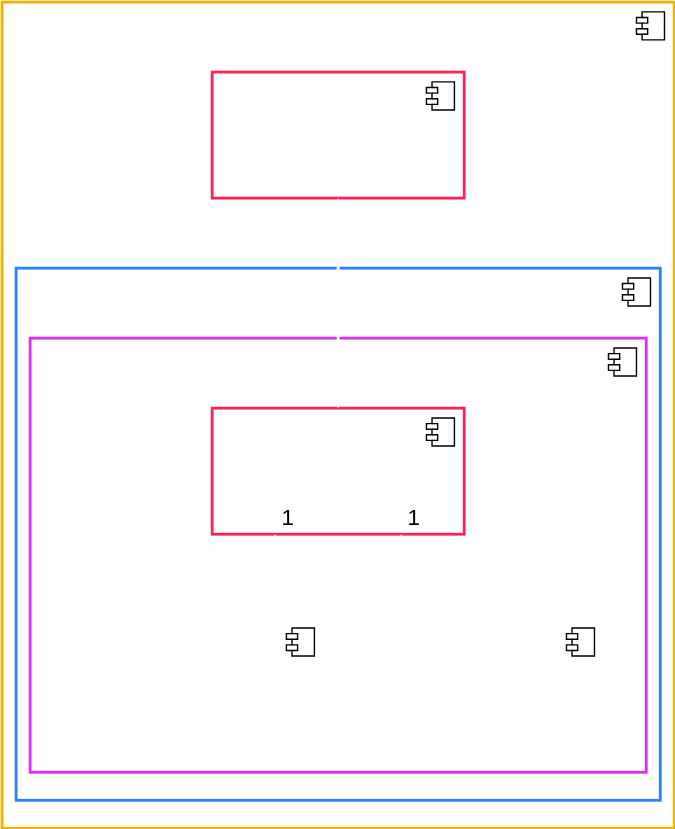
The draw.io diagram DATA_STREET/server_sftp-docker.svg in TrulyDigital/project-documentation, before a commit. Source tidied: cells renumbered, new cells last; positions are measured from the earlier drawing's top-left corner, leaving out a move shared by most shapes. Source of this version:
```xml
<mxGraphModel>
  <root>
    <mxCell id="0" />
    <mxCell id="1" value="Diagram" parent="0" />
    <mxCell id="2" value="&lt;font style=&quot;color: rgb(255, 255, 255);&quot;&gt;«Ubuntu»&lt;br&gt;&lt;b&gt;Server&lt;/b&gt;&lt;/font&gt;" style="html=1;whiteSpace=wrap;fontSize=16;fontFamily=Helvetica;verticalAlign=top;fillColor=none;strokeColor=#F0B100;strokeWidth=2;" parent="1" vertex="1">
      <mxGeometry width="480" height="590" as="geometry" />
    </mxCell>
    <mxCell id="3" style="shape=module;jettyWidth=8;jettyHeight=4;fontFamily=Helvetica;fontSize=16;" parent="2" vertex="1">
      <mxGeometry x="1" width="20" height="20" relative="1" as="geometry">
        <mxPoint x="-27" y="7" as="offset" />
      </mxGeometry>
    </mxCell>
    <mxCell id="4" value="&lt;font style=&quot;color: rgb(255, 255, 255);&quot;&gt;«Folder»&lt;br&gt;&lt;b&gt;Operating System&lt;/b&gt;&lt;/font&gt;" style="html=1;whiteSpace=wrap;fontSize=16;fontFamily=Helvetica;fillColor=none;strokeColor=#FF2056;strokeWidth=2;" parent="1" vertex="1">
      <mxGeometry x="150" y="50" width="180" height="90" as="geometry" />
    </mxCell>
    <mxCell id="5" style="shape=module;jettyWidth=8;jettyHeight=4;fontFamily=Helvetica;fontSize=16;" parent="4" vertex="1">
      <mxGeometry x="1" width="20" height="20" relative="1" as="geometry">
        <mxPoint x="-27" y="7" as="offset" />
      </mxGeometry>
    </mxCell>
    <mxCell id="6" value="&lt;span&gt;&amp;nbsp;&lt;font&gt;«Container»&lt;br&gt;&lt;b&gt;&amp;nbsp;Docker&lt;/b&gt;&lt;/font&gt;&lt;/span&gt;" style="html=1;whiteSpace=wrap;verticalAlign=top;align=left;fontSize=16;fontFamily=Helvetica;fillColor=none;strokeColor=#2B7FFF;strokeWidth=2;fontColor=#FFFFFF;labelBackgroundColor=none;" parent="1" vertex="1">
      <mxGeometry x="10" y="190" width="460" height="380" as="geometry" />
    </mxCell>
    <mxCell id="7" style="shape=module;jettyWidth=8;jettyHeight=4;fontFamily=Helvetica;fontSize=16;" parent="6" vertex="1">
      <mxGeometry x="1" width="20" height="20" relative="1" as="geometry">
        <mxPoint x="-27" y="7" as="offset" />
      </mxGeometry>
    </mxCell>
    <mxCell id="8" value="&amp;nbsp;&lt;font style=&quot;color: rgb(255, 255, 255);&quot;&gt;«SFTP»&lt;br&gt;&lt;b&gt;&amp;nbsp;Linux Server&lt;/b&gt;&lt;/font&gt;" style="html=1;whiteSpace=wrap;verticalAlign=top;align=left;fillColor=none;strokeColor=#E12AFB;fontSize=16;fontFamily=Helvetica;strokeWidth=2;" parent="1" vertex="1">
      <mxGeometry x="20" y="240" width="440" height="310" as="geometry" />
    </mxCell>
    <mxCell id="9" style="shape=module;jettyWidth=8;jettyHeight=4;fontFamily=Helvetica;fontSize=16;" parent="8" vertex="1">
      <mxGeometry x="1" width="20" height="20" relative="1" as="geometry">
        <mxPoint x="-27" y="7" as="offset" />
      </mxGeometry>
    </mxCell>
    <mxCell id="10" value="&lt;font style=&quot;color: rgb(255, 255, 255);&quot;&gt;«Folder»&lt;br&gt;&lt;b&gt;SFTP Server&lt;/b&gt;&lt;/font&gt;" style="html=1;whiteSpace=wrap;fontSize=16;fontFamily=Helvetica;fillColor=none;strokeColor=#FF2056;strokeWidth=2;" parent="1" vertex="1">
      <mxGeometry x="150" y="290" width="180" height="90" as="geometry" />
    </mxCell>
    <mxCell id="11" style="shape=module;jettyWidth=8;jettyHeight=4;fontFamily=Helvetica;fontSize=16;" parent="10" vertex="1">
      <mxGeometry x="1" width="20" height="20" relative="1" as="geometry">
        <mxPoint x="-27" y="7" as="offset" />
      </mxGeometry>
    </mxCell>
    <mxCell id="12" value="&lt;font style=&quot;color: rgb(255, 255, 255);&quot;&gt;«Folder»&lt;br&gt;&lt;b&gt;yahoo_finance&lt;/b&gt;&lt;/font&gt;" style="html=1;whiteSpace=wrap;fontSize=16;fontFamily=Helvetica;strokeWidth=2;strokeColor=#FFFFFF;fillColor=none;" parent="1" vertex="1">
      <mxGeometry x="50" y="440" width="180" height="90" as="geometry" />
    </mxCell>
    <mxCell id="13" style="shape=module;jettyWidth=8;jettyHeight=4;fontFamily=Helvetica;fontSize=16;" parent="12" vertex="1">
      <mxGeometry x="1" width="20" height="20" relative="1" as="geometry">
        <mxPoint x="-27" y="7" as="offset" />
      </mxGeometry>
    </mxCell>
    <mxCell id="14" value="&lt;font style=&quot;color: rgb(255, 255, 255);&quot;&gt;«Folder»&lt;br&gt;&lt;b&gt;other folders&lt;/b&gt;&lt;/font&gt;" style="html=1;whiteSpace=wrap;fontSize=16;fontFamily=Helvetica;strokeWidth=2;strokeColor=#FFFFFF;fillColor=none;" parent="1" vertex="1">
      <mxGeometry x="250" y="440" width="180" height="90" as="geometry" />
    </mxCell>
    <mxCell id="15" style="shape=module;jettyWidth=8;jettyHeight=4;fontFamily=Helvetica;fontSize=16;" parent="14" vertex="1">
      <mxGeometry x="1" width="20" height="20" relative="1" as="geometry">
        <mxPoint x="-27" y="7" as="offset" />
      </mxGeometry>
    </mxCell>
    <mxCell id="16" style="endArrow=block;startArrow=block;endFill=1;startFill=1;html=1;rounded=0;entryX=0.5;entryY=0;entryDx=0;entryDy=0;strokeWidth=2;strokeColor=#FFFFFF;fontFamily=Helvetica;fontSize=16;" parent="1" edge="1" source="4" target="10">
      <mxGeometry relative="1" as="geometry" />
    </mxCell>
    <mxCell id="17" value="&lt;span&gt;&lt;font&gt;Mapped Volume&lt;/font&gt;&lt;/span&gt;" style="edgeLabel;html=1;align=center;verticalAlign=middle;fontSize=16;labelBackgroundColor=none;fontColor=#FFFFFF;fontFamily=Helvetica;" parent="16" vertex="1">
      <mxGeometry x="-0.12" y="-1" relative="1" as="geometry">
        <mxPoint x="1" y="-42" as="offset" />
      </mxGeometry>
    </mxCell>
    <mxCell id="18" value="1" style="endArrow=open;html=1;endSize=12;startArrow=diamondThin;startSize=14;startFill=1;edgeStyle=orthogonalEdgeStyle;align=left;verticalAlign=bottom;rounded=0;exitX=0.25;exitY=1;exitDx=0;exitDy=0;strokeWidth=2;strokeColor=#FFFFFF;fontFamily=Helvetica;fontSize=16;" parent="1" edge="1" source="10" target="12">
      <mxGeometry x="-1" y="3" relative="1" as="geometry" />
    </mxCell>
    <mxCell id="19" value="1" style="endArrow=open;html=1;endSize=12;startArrow=diamondThin;startSize=14;startFill=1;edgeStyle=orthogonalEdgeStyle;align=left;verticalAlign=bottom;rounded=0;exitX=0.75;exitY=1;exitDx=0;exitDy=0;entryX=0.5;entryY=0;entryDx=0;entryDy=0;strokeWidth=2;strokeColor=#FFFFFF;fontFamily=Helvetica;fontSize=16;" parent="1" edge="1" source="10" target="14">
      <mxGeometry x="-1" y="3" relative="1" as="geometry" />
    </mxCell>
  </root>
</mxGraphModel>
```
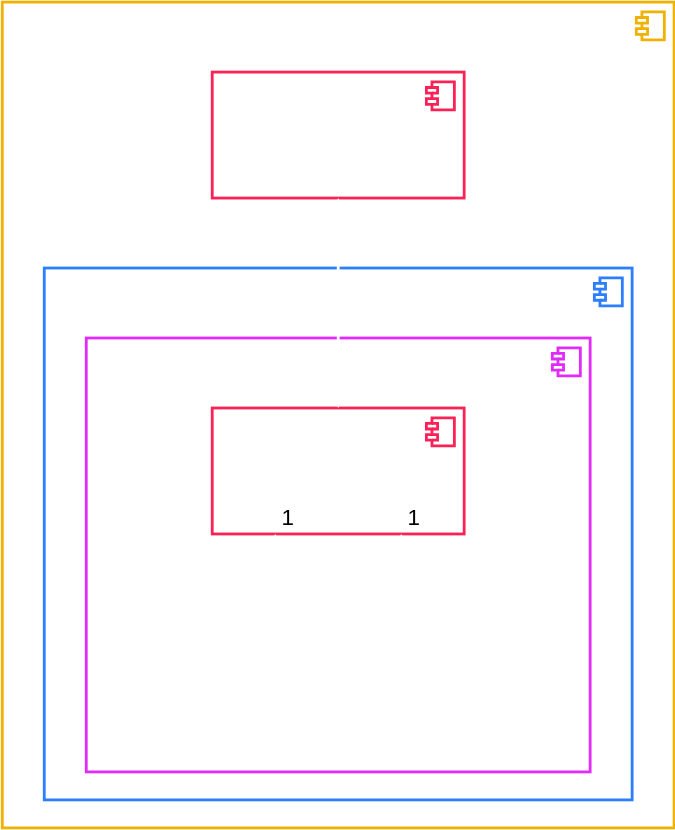
Above is the later version.

The edit, as a diff of the source:
```diff
@@ -5,7 +5,7 @@
     <mxCell id="2" value="&lt;font style=&quot;color: rgb(255, 255, 255);&quot;&gt;«Ubuntu»&lt;br&gt;&lt;b&gt;Server&lt;/b&gt;&lt;/font&gt;" style="html=1;whiteSpace=wrap;fontSize=16;fontFamily=Helvetica;verticalAlign=top;fillColor=none;strokeColor=#F0B100;strokeWidth=2;" parent="1" vertex="1">
       <mxGeometry width="480" height="590" as="geometry" />
     </mxCell>
-    <mxCell id="3" style="shape=module;jettyWidth=8;jettyHeight=4;fontFamily=Helvetica;fontSize=16;" parent="2" vertex="1">
+    <mxCell id="3" style="shape=module;jettyWidth=8;jettyHeight=4;fontFamily=Helvetica;fontSize=16;fillColor=none;strokeColor=#F0B100;strokeWidth=2;" parent="2" vertex="1">
       <mxGeometry x="1" width="20" height="20" relative="1" as="geometry">
         <mxPoint x="-27" y="7" as="offset" />
       </mxGeometry>
@@ -13,23 +13,23 @@
     <mxCell id="4" value="&lt;font style=&quot;color: rgb(255, 255, 255);&quot;&gt;«Folder»&lt;br&gt;&lt;b&gt;Operating System&lt;/b&gt;&lt;/font&gt;" style="html=1;whiteSpace=wrap;fontSize=16;fontFamily=Helvetica;fillColor=none;strokeColor=#FF2056;strokeWidth=2;" parent="1" vertex="1">
       <mxGeometry x="150" y="50" width="180" height="90" as="geometry" />
     </mxCell>
-    <mxCell id="5" style="shape=module;jettyWidth=8;jettyHeight=4;fontFamily=Helvetica;fontSize=16;" parent="4" vertex="1">
+    <mxCell id="5" style="shape=module;jettyWidth=8;jettyHeight=4;fontFamily=Helvetica;fontSize=16;fillColor=none;strokeColor=#FF2056;strokeWidth=2;" parent="4" vertex="1">
       <mxGeometry x="1" width="20" height="20" relative="1" as="geometry">
         <mxPoint x="-27" y="7" as="offset" />
       </mxGeometry>
     </mxCell>
     <mxCell id="6" value="&lt;span&gt;&amp;nbsp;&lt;font&gt;«Container»&lt;br&gt;&lt;b&gt;&amp;nbsp;Docker&lt;/b&gt;&lt;/font&gt;&lt;/span&gt;" style="html=1;whiteSpace=wrap;verticalAlign=top;align=left;fontSize=16;fontFamily=Helvetica;fillColor=none;strokeColor=#2B7FFF;strokeWidth=2;fontColor=#FFFFFF;labelBackgroundColor=none;" parent="1" vertex="1">
-      <mxGeometry x="10" y="190" width="460" height="380" as="geometry" />
+      <mxGeometry x="30" y="190" width="420" height="380" as="geometry" />
     </mxCell>
-    <mxCell id="7" style="shape=module;jettyWidth=8;jettyHeight=4;fontFamily=Helvetica;fontSize=16;" parent="6" vertex="1">
+    <mxCell id="7" style="shape=module;jettyWidth=8;jettyHeight=4;fontFamily=Helvetica;fontSize=16;fillColor=none;strokeColor=#2B7FFF;strokeWidth=2;" parent="6" vertex="1">
       <mxGeometry x="1" width="20" height="20" relative="1" as="geometry">
         <mxPoint x="-27" y="7" as="offset" />
       </mxGeometry>
     </mxCell>
     <mxCell id="8" value="&amp;nbsp;&lt;font style=&quot;color: rgb(255, 255, 255);&quot;&gt;«SFTP»&lt;br&gt;&lt;b&gt;&amp;nbsp;Linux Server&lt;/b&gt;&lt;/font&gt;" style="html=1;whiteSpace=wrap;verticalAlign=top;align=left;fillColor=none;strokeColor=#E12AFB;fontSize=16;fontFamily=Helvetica;strokeWidth=2;" parent="1" vertex="1">
-      <mxGeometry x="20" y="240" width="440" height="310" as="geometry" />
+      <mxGeometry x="60" y="240" width="360" height="310" as="geometry" />
     </mxCell>
-    <mxCell id="9" style="shape=module;jettyWidth=8;jettyHeight=4;fontFamily=Helvetica;fontSize=16;" parent="8" vertex="1">
+    <mxCell id="9" style="shape=module;jettyWidth=8;jettyHeight=4;fontFamily=Helvetica;fontSize=16;fillColor=none;strokeColor=#E12AFB;strokeWidth=2;" parent="8" vertex="1">
       <mxGeometry x="1" width="20" height="20" relative="1" as="geometry">
         <mxPoint x="-27" y="7" as="offset" />
       </mxGeometry>
@@ -37,23 +37,23 @@
     <mxCell id="10" value="&lt;font style=&quot;color: rgb(255, 255, 255);&quot;&gt;«Folder»&lt;br&gt;&lt;b&gt;SFTP Server&lt;/b&gt;&lt;/font&gt;" style="html=1;whiteSpace=wrap;fontSize=16;fontFamily=Helvetica;fillColor=none;strokeColor=#FF2056;strokeWidth=2;" parent="1" vertex="1">
       <mxGeometry x="150" y="290" width="180" height="90" as="geometry" />
     </mxCell>
-    <mxCell id="11" style="shape=module;jettyWidth=8;jettyHeight=4;fontFamily=Helvetica;fontSize=16;" parent="10" vertex="1">
+    <mxCell id="11" style="shape=module;jettyWidth=8;jettyHeight=4;fontFamily=Helvetica;fontSize=16;strokeColor=#FF2056;fillColor=none;strokeWidth=2;" parent="10" vertex="1">
       <mxGeometry x="1" width="20" height="20" relative="1" as="geometry">
         <mxPoint x="-27" y="7" as="offset" />
       </mxGeometry>
     </mxCell>
     <mxCell id="12" value="&lt;font style=&quot;color: rgb(255, 255, 255);&quot;&gt;«Folder»&lt;br&gt;&lt;b&gt;yahoo_finance&lt;/b&gt;&lt;/font&gt;" style="html=1;whiteSpace=wrap;fontSize=16;fontFamily=Helvetica;strokeWidth=2;strokeColor=#FFFFFF;fillColor=none;" parent="1" vertex="1">
-      <mxGeometry x="50" y="440" width="180" height="90" as="geometry" />
+      <mxGeometry x="90" y="440" width="140" height="90" as="geometry" />
     </mxCell>
-    <mxCell id="13" style="shape=module;jettyWidth=8;jettyHeight=4;fontFamily=Helvetica;fontSize=16;" parent="12" vertex="1">
+    <mxCell id="13" style="shape=module;jettyWidth=8;jettyHeight=4;fontFamily=Helvetica;fontSize=16;fillColor=none;strokeColor=#FFFFFF;strokeWidth=2;" parent="12" vertex="1">
       <mxGeometry x="1" width="20" height="20" relative="1" as="geometry">
         <mxPoint x="-27" y="7" as="offset" />
       </mxGeometry>
     </mxCell>
     <mxCell id="14" value="&lt;font style=&quot;color: rgb(255, 255, 255);&quot;&gt;«Folder»&lt;br&gt;&lt;b&gt;other folders&lt;/b&gt;&lt;/font&gt;" style="html=1;whiteSpace=wrap;fontSize=16;fontFamily=Helvetica;strokeWidth=2;strokeColor=#FFFFFF;fillColor=none;" parent="1" vertex="1">
-      <mxGeometry x="250" y="440" width="180" height="90" as="geometry" />
+      <mxGeometry x="250" y="440" width="140" height="90" as="geometry" />
     </mxCell>
-    <mxCell id="15" style="shape=module;jettyWidth=8;jettyHeight=4;fontFamily=Helvetica;fontSize=16;" parent="14" vertex="1">
+    <mxCell id="15" style="shape=module;jettyWidth=8;jettyHeight=4;fontFamily=Helvetica;fontSize=16;fillColor=none;strokeColor=#FFFFFF;strokeWidth=2;" parent="14" vertex="1">
       <mxGeometry x="1" width="20" height="20" relative="1" as="geometry">
         <mxPoint x="-27" y="7" as="offset" />
       </mxGeometry>
```
